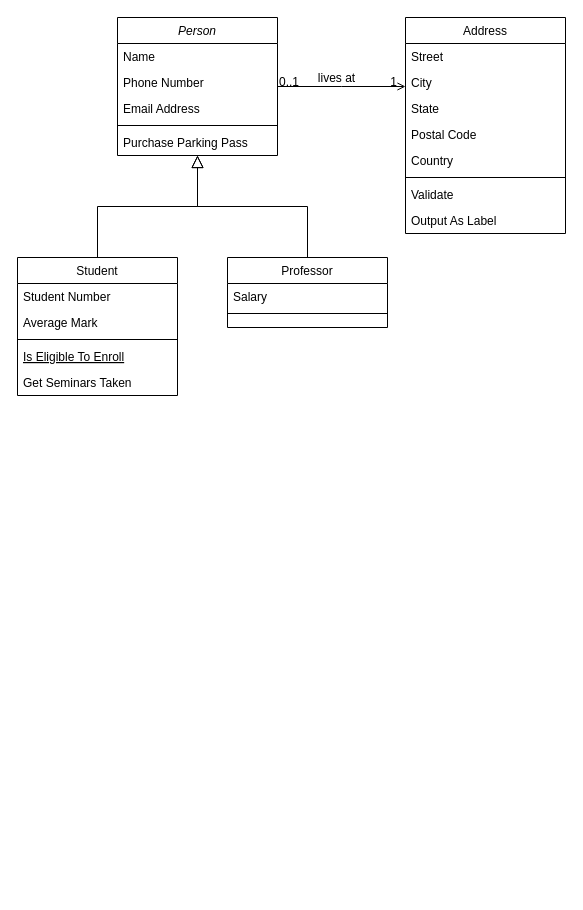
The draw.io diagram 羽毛球计分系统.drawio in hunterljm/badminton, before the edit. Source tidied: cells renumbered, new cells numbered last; positions are measured from the earlier drawing's top-left corner, leaving out a move shared by most shapes. Both pictures are drawn from the tidied source at 100%, with x=0, y=0 at pixel (17, 17).
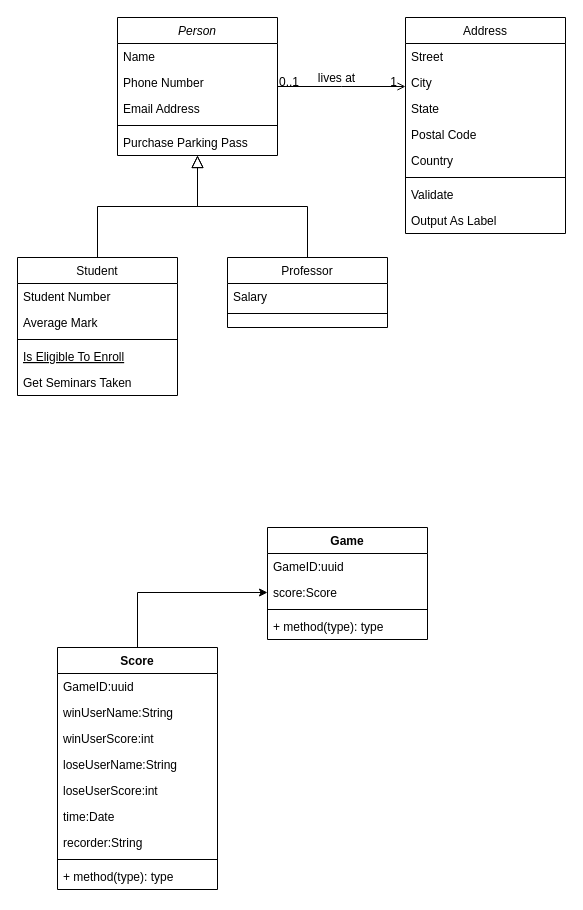
Above is the later version.

Commit message:
更新羽毛球计分系统.drawio

Change to the diagram source:
```diff
@@
+    <mxCell id="32" style="edgeStyle=orthogonalEdgeStyle;rounded=0;jettySize=auto;html=1;exitX=0.5;exitY=0;exitDx=0;exitDy=0;entryX=0;entryY=0.5;entryDx=0;entryDy=0;" parent="1" edge="1" source="33" target="45">
+      <mxGeometry relative="1" as="geometry" />
+    </mxCell>
+    <mxCell id="33" value="Score" style="swimlane;fontStyle=1;align=center;verticalAlign=top;horizontal=1;startSize=26;whiteSpace=wrap;html=1;" parent="1" vertex="1">
+      <mxGeometry x="40" y="630" width="160" height="242" as="geometry" />
+    </mxCell>
+    <mxCell id="34" value="GameID:uuid" style="text;strokeColor=none;fillColor=none;align=left;verticalAlign=top;spacingLeft=4;spacingRight=4;overflow=hidden;whiteSpace=wrap;html=1;" parent="33" vertex="1">
+      <mxGeometry y="26" width="160" height="26" as="geometry" />
+    </mxCell>
+    <mxCell id="35" value="winUserName:String" style="text;strokeColor=none;fillColor=none;align=left;verticalAlign=top;spacingLeft=4;spacingRight=4;overflow=hidden;whiteSpace=wrap;html=1;" parent="33" vertex="1">
+      <mxGeometry y="52" width="160" height="26" as="geometry" />
+    </mxCell>
+    <mxCell id="36" value="winUserScore:int" style="text;strokeColor=none;fillColor=none;align=left;verticalAlign=top;spacingLeft=4;spacingRight=4;overflow=hidden;whiteSpace=wrap;html=1;" parent="33" vertex="1">
+      <mxGeometry y="78" width="160" height="26" as="geometry" />
+    </mxCell>
+    <mxCell id="37" value="loseUserName:String" style="text;strokeColor=none;fillColor=none;align=left;verticalAlign=top;spacingLeft=4;spacingRight=4;overflow=hidden;whiteSpace=wrap;html=1;" parent="33" vertex="1">
+      <mxGeometry y="104" width="160" height="26" as="geometry" />
+    </mxCell>
+    <mxCell id="38" value="loseUserScore:int" style="text;strokeColor=none;fillColor=none;align=left;verticalAlign=top;spacingLeft=4;spacingRight=4;overflow=hidden;whiteSpace=wrap;html=1;" parent="33" vertex="1">
+      <mxGeometry y="130" width="160" height="26" as="geometry" />
+    </mxCell>
+    <mxCell id="39" value="time:Date&lt;br&gt;" style="text;strokeColor=none;fillColor=none;align=left;verticalAlign=top;spacingLeft=4;spacingRight=4;overflow=hidden;whiteSpace=wrap;html=1;" parent="33" vertex="1">
+      <mxGeometry y="156" width="160" height="26" as="geometry" />
+    </mxCell>
+    <mxCell id="40" value="recorder:String" style="text;strokeColor=none;fillColor=none;align=left;verticalAlign=top;spacingLeft=4;spacingRight=4;overflow=hidden;whiteSpace=wrap;html=1;" parent="33" vertex="1">
+      <mxGeometry y="182" width="160" height="26" as="geometry" />
+    </mxCell>
+    <mxCell id="41" style="line;strokeWidth=1;fillColor=none;align=left;verticalAlign=middle;spacingTop=-1;spacingLeft=3;spacingRight=3;labelPosition=right;strokeColor=inherit;" parent="33" vertex="1">
+      <mxGeometry y="208" width="160" height="8" as="geometry" />
+    </mxCell>
+    <mxCell id="42" value="+ method(type): type" style="text;strokeColor=none;fillColor=none;align=left;verticalAlign=top;spacingLeft=4;spacingRight=4;overflow=hidden;whiteSpace=wrap;html=1;" parent="33" vertex="1">
+      <mxGeometry y="216" width="160" height="26" as="geometry" />
+    </mxCell>
+    <mxCell id="43" value="Game" style="swimlane;fontStyle=1;align=center;verticalAlign=top;horizontal=1;startSize=26;whiteSpace=wrap;html=1;" parent="1" vertex="1">
+      <mxGeometry x="250" y="510" width="160" height="112" as="geometry" />
+    </mxCell>
+    <mxCell id="44" value="GameID:uuid" style="text;strokeColor=none;fillColor=none;align=left;verticalAlign=top;spacingLeft=4;spacingRight=4;overflow=hidden;whiteSpace=wrap;html=1;" parent="43" vertex="1">
+      <mxGeometry y="26" width="160" height="26" as="geometry" />
+    </mxCell>
+    <mxCell id="45" value="score:Score" style="text;strokeColor=none;fillColor=none;align=left;verticalAlign=top;spacingLeft=4;spacingRight=4;overflow=hidden;points=[[0,0.5],[1,0.5]];portConstraint=eastwest;whiteSpace=wrap;html=1;" parent="43" vertex="1">
+      <mxGeometry y="52" width="160" height="26" as="geometry" />
+    </mxCell>
+    <mxCell id="46" style="line;strokeWidth=1;fillColor=none;align=left;verticalAlign=middle;spacingTop=-1;spacingLeft=3;spacingRight=3;labelPosition=right;strokeColor=inherit;" parent="43" vertex="1">
+      <mxGeometry y="78" width="160" height="8" as="geometry" />
+    </mxCell>
+    <mxCell id="47" value="+ method(type): type" style="text;strokeColor=none;fillColor=none;align=left;verticalAlign=top;spacingLeft=4;spacingRight=4;overflow=hidden;whiteSpace=wrap;html=1;" parent="43" vertex="1">
+      <mxGeometry y="86" width="160" height="26" as="geometry" />
+    </mxCell>
```
